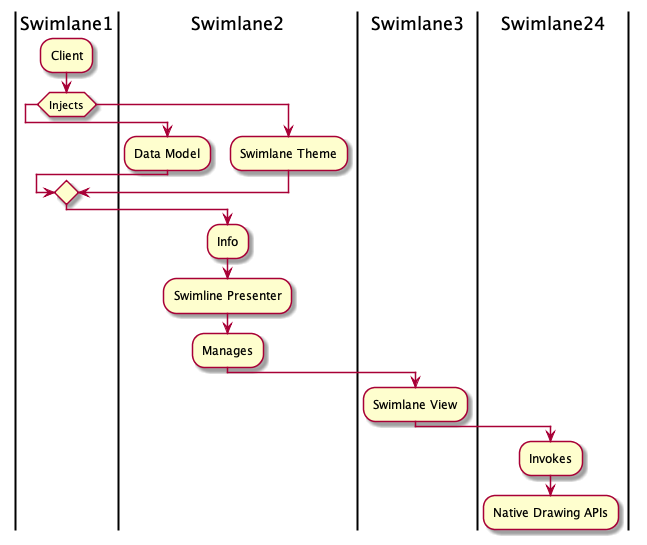
This is images/LandscapeSwimlaneDesignUML.png from vl1021/pumlcharts, a PlantUML export, as it was before one commit. Its diagram source:
```plantuml
@startuml
skin rose
|Swimlane1|
:Client;
if (Injects)
|Swimlane2|
:Data Model;
else
:Swimlane Theme;
endif
:Info;
:Swimline Presenter;
:Manages;
|Swimlane3|
:Swimlane View;
|Swimlane24|
:Invokes;
:Native Drawing APIs;
kill
@enduml
```
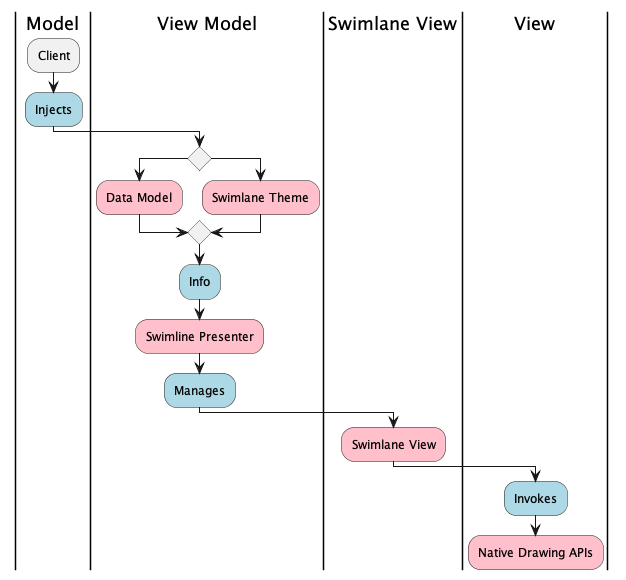
After the commit.

Commit message:
Swimlane Diagrams, Adds color

Diff of the diagram source:
```diff
@@ -1,20 +1,20 @@
 @startuml
-skin rose
-|Swimlane1|
+| Model |
 :Client;
-if (Injects)
-|Swimlane2|
-:Data Model;
-else
-:Swimlane Theme;
+#LightBlue :Injects;
+|View Model|
+if () then ( )
+#pink :Data Model;
+else ( )
+#Pink :Swimlane Theme;
 endif
-:Info;
-:Swimline Presenter;
-:Manages;
-|Swimlane3|
-:Swimlane View;
-|Swimlane24|
-:Invokes;
-:Native Drawing APIs;
+#LightBlue :Info;
+#pink :Swimline Presenter;
+#LightBlue :Manages;
+|Swimlane View|
+#pink :Swimlane View;
+|View|
+#LightBlue :Invokes;
+#pink :Native Drawing APIs;
 kill
 @enduml
```
